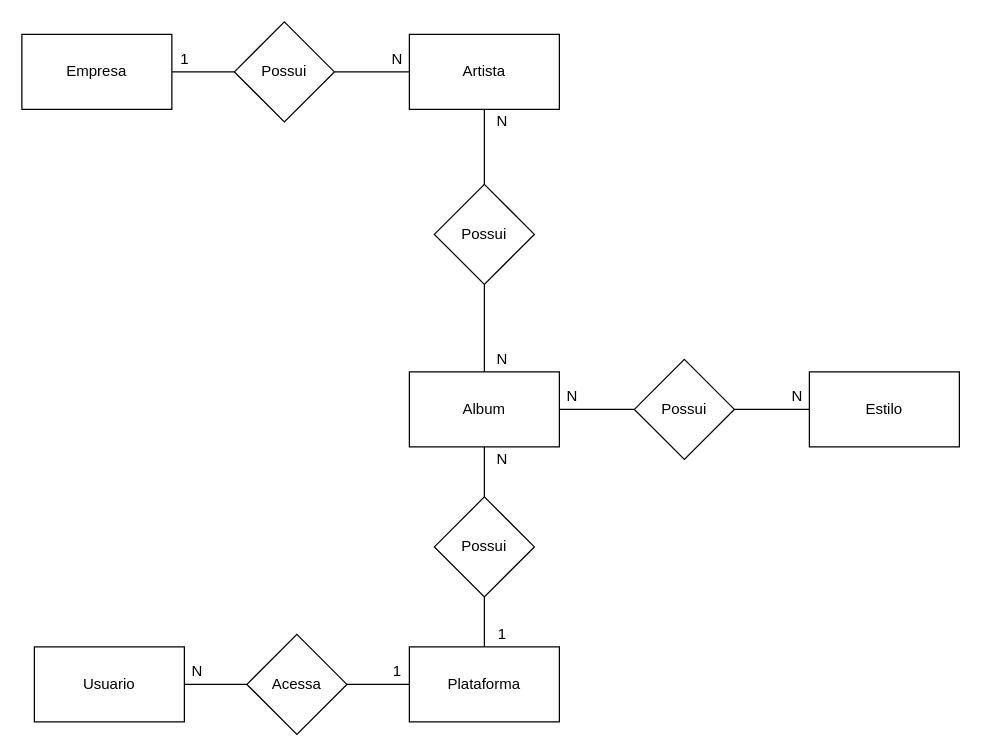
The draw.io diagram page "conceitual" (1 of 2) of exercicios/1.4-exercicio-optus/1.4-exercicio-optus.drawio in Vitormanoel-melo/Sprint-1_BD_Relacional, before the edit. Source tidied: cells renumbered, new cells numbered last; positions are measured from the earlier drawing's top-left corner, leaving out a move shared by most shapes. Both pictures are drawn from the tidied source at 125%, with x=0, y=0 at pixel (21, 21).
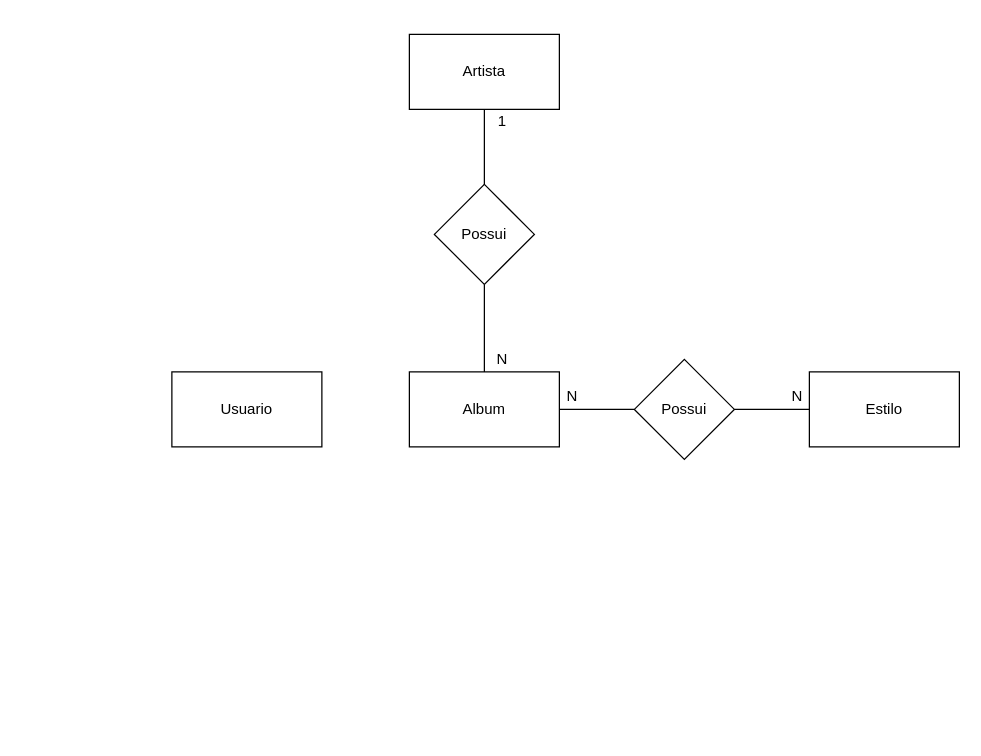
After the change.

The change refers to these unchanged cells:
```xml
<mxCell id="5" value="Artista" style="rounded=0;whiteSpace=wrap;html=1;" parent="1" vertex="1">
  <mxGeometry x="310" y="10" width="120" height="60" as="geometry" />
</mxCell>
<mxCell id="7" value="Album" style="rounded=0;whiteSpace=wrap;html=1;" parent="1" vertex="1">
  <mxGeometry x="310" y="280" width="120" height="60" as="geometry" />
</mxCell>
```

What changed in the source:
```diff
@@
-    <mxCell id="2" style="edgeStyle=orthogonalEdgeStyle;rounded=0;jettySize=auto;html=1;entryX=0;entryY=0.5;entryDx=0;entryDy=0;endArrow=none;endFill=0;" parent="1" edge="1" source="3" target="9">
-      <mxGeometry relative="1" as="geometry" />
-    </mxCell>
-    <mxCell id="3" value="Empresa" style="rounded=0;whiteSpace=wrap;html=1;" parent="1" vertex="1">
-      <mxGeometry y="10" width="120" height="60" as="geometry" />
-    </mxCell>
@@
-    <mxCell id="8" style="edgeStyle=orthogonalEdgeStyle;rounded=0;jettySize=auto;html=1;entryX=0;entryY=0.5;entryDx=0;entryDy=0;endArrow=none;endFill=0;" parent="1" edge="1" source="9" target="5">
-      <mxGeometry relative="1" as="geometry" />
-    </mxCell>
-    <mxCell id="9" value="Possui" style="rhombus;whiteSpace=wrap;html=1;" parent="1" vertex="1">
-      <mxGeometry x="170" width="80" height="80" as="geometry" />
-    </mxCell>
@@
     <mxCell id="15" value="Usuario" style="rounded=0;whiteSpace=wrap;html=1;" parent="1" vertex="1">
-      <mxGeometry x="10" y="500" width="120" height="60" as="geometry" />
+      <mxGeometry x="120" y="280" width="120" height="60" as="geometry" />
     </mxCell>
-    <mxCell id="16" value="Plataforma" style="rounded=0;whiteSpace=wrap;html=1;" parent="1" vertex="1">
-      <mxGeometry x="310" y="500" width="120" height="60" as="geometry" />
-    </mxCell>
-    <mxCell id="17" style="edgeStyle=orthogonalEdgeStyle;rounded=0;jettySize=auto;html=1;entryX=0;entryY=0.5;entryDx=0;entryDy=0;endArrow=none;endFill=0;" parent="1" edge="1" source="19" target="16">
-      <mxGeometry relative="1" as="geometry" />
-    </mxCell>
-    <mxCell id="18" style="edgeStyle=orthogonalEdgeStyle;rounded=0;jettySize=auto;html=1;entryX=1;entryY=0.5;entryDx=0;entryDy=0;endArrow=none;endFill=0;" parent="1" edge="1" source="19" target="15">
-      <mxGeometry relative="1" as="geometry" />
-    </mxCell>
-    <mxCell id="19" value="Acessa" style="rhombus;whiteSpace=wrap;html=1;" parent="1" vertex="1">
-      <mxGeometry x="180" y="490" width="80" height="80" as="geometry" />
-    </mxCell>
-    <mxCell id="20" value="N" style="text;html=1;align=center;verticalAlign=middle;" parent="1" vertex="1">
-      <mxGeometry x="290" y="20" width="20" height="20" as="geometry" />
-    </mxCell>
-    <mxCell id="21" value="1" style="text;html=1;align=center;verticalAlign=middle;" parent="1" vertex="1">
-      <mxGeometry x="120" y="20" width="20" height="20" as="geometry" />
-    </mxCell>
@@
-    <mxCell id="23" value="N" style="text;html=1;align=center;verticalAlign=middle;" parent="1" vertex="1">
+    <mxCell id="23" value="1" style="text;html=1;align=center;verticalAlign=middle;" parent="1" vertex="1">
       <mxGeometry x="374" y="70" width="20" height="20" as="geometry" />
     </mxCell>
@@
-    <mxCell id="26" value="N" style="text;html=1;align=center;verticalAlign=middle;" parent="1" vertex="1">
-      <mxGeometry x="130" y="510" width="20" height="20" as="geometry" />
-    </mxCell>
-    <mxCell id="27" value="1" style="text;html=1;align=center;verticalAlign=middle;" parent="1" vertex="1">
-      <mxGeometry x="290" y="510" width="20" height="20" as="geometry" />
-    </mxCell>
-    <mxCell id="28" style="edgeStyle=orthogonalEdgeStyle;rounded=0;jettySize=auto;html=1;entryX=0.5;entryY=1;entryDx=0;entryDy=0;endArrow=none;endFill=0;" parent="1" edge="1" source="30" target="7">
-      <mxGeometry relative="1" as="geometry" />
-    </mxCell>
-    <mxCell id="29" style="edgeStyle=orthogonalEdgeStyle;rounded=0;jettySize=auto;html=1;entryX=0.5;entryY=0;entryDx=0;entryDy=0;endArrow=none;endFill=0;" parent="1" edge="1" source="30" target="16">
-      <mxGeometry relative="1" as="geometry" />
-    </mxCell>
-    <mxCell id="30" value="Possui" style="rhombus;whiteSpace=wrap;html=1;" parent="1" vertex="1">
-      <mxGeometry x="330" y="380" width="80" height="80" as="geometry" />
-    </mxCell>
-    <mxCell id="31" value="1" style="text;html=1;align=center;verticalAlign=middle;" parent="1" vertex="1">
-      <mxGeometry x="374" y="480" width="20" height="20" as="geometry" />
-    </mxCell>
-    <mxCell id="32" value="N" style="text;html=1;align=center;verticalAlign=middle;" parent="1" vertex="1">
-      <mxGeometry x="374" y="340" width="20" height="20" as="geometry" />
-    </mxCell>
```
